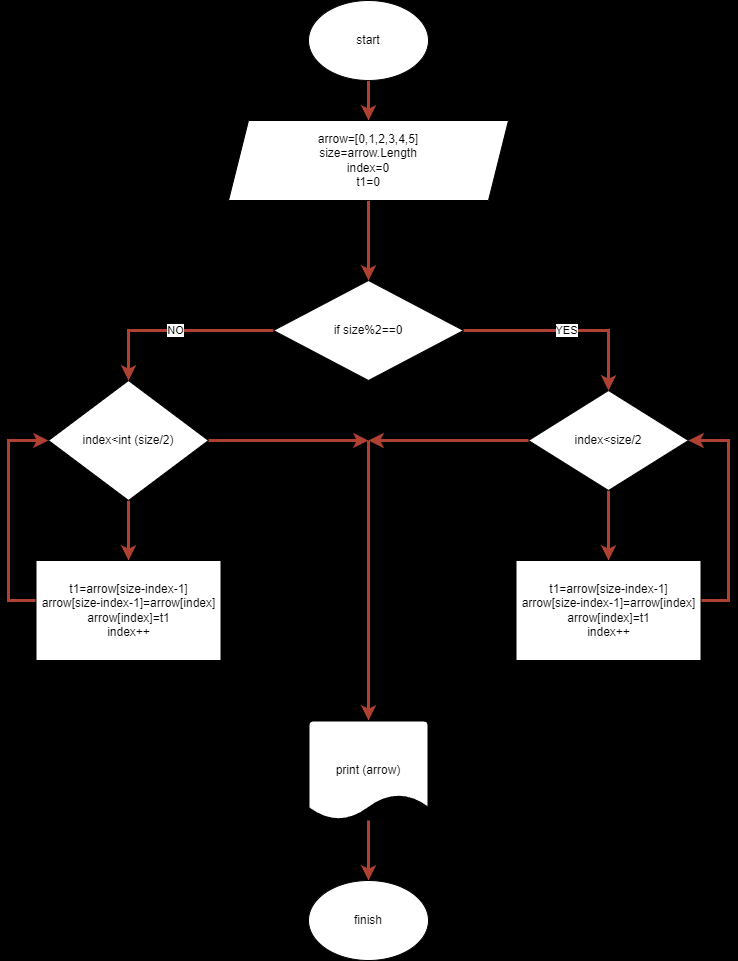
DudinIO86/Example2_massive_naoborot_CS_alternative keeps this draw.io diagram as block_shema_Example2.png. Above is the earlier version. Source tidied: cells renumbered, new cells last; positions are measured from the earlier drawing's top-left corner, leaving out a move shared by most shapes. Source of this version:
```xml
<mxGraphModel background="#000000">
  <root>
    <mxCell id="0" />
    <mxCell id="1" parent="0" />
    <mxCell id="2" style="edgeStyle=orthogonalEdgeStyle;rounded=0;jettySize=auto;html=1;fillColor=#fad9d5;strokeColor=#ae4132;strokeWidth=3;" parent="1" edge="1" source="3" target="5">
      <mxGeometry relative="1" as="geometry" />
    </mxCell>
    <mxCell id="3" value="start" style="ellipse;whiteSpace=wrap;html=1;" parent="1" vertex="1">
      <mxGeometry x="300" width="120" height="80" as="geometry" />
    </mxCell>
    <mxCell id="4" style="edgeStyle=orthogonalEdgeStyle;rounded=0;jettySize=auto;html=1;fillColor=#fad9d5;strokeColor=#ae4132;strokeWidth=3;" parent="1" edge="1" source="5" target="8">
      <mxGeometry relative="1" as="geometry" />
    </mxCell>
    <mxCell id="5" value="arrow=[0,1,2,3,4,5]&lt;br&gt;size=arrow.Length&lt;br&gt;index=0&lt;br&gt;t1=0" style="shape=parallelogram;perimeter=parallelogramPerimeter;whiteSpace=wrap;html=1;fixedSize=1;" parent="1" vertex="1">
      <mxGeometry x="220" y="120" width="280" height="80" as="geometry" />
    </mxCell>
    <mxCell id="6" value="YES" style="edgeStyle=orthogonalEdgeStyle;rounded=0;jettySize=auto;html=1;fillColor=#fad9d5;strokeColor=#ae4132;strokeWidth=3;" parent="1" edge="1" source="8" target="10">
      <mxGeometry relative="1" as="geometry" />
    </mxCell>
    <mxCell id="7" value="NO" style="edgeStyle=orthogonalEdgeStyle;rounded=0;jettySize=auto;html=1;entryX=0.5;entryY=0;entryDx=0;entryDy=0;fillColor=#fad9d5;strokeColor=#ae4132;strokeWidth=3;" parent="1" edge="1" source="8" target="15">
      <mxGeometry relative="1" as="geometry" />
    </mxCell>
    <mxCell id="8" value="if size%2==0" style="rhombus;whiteSpace=wrap;html=1;" parent="1" vertex="1">
      <mxGeometry x="265" y="280" width="190" height="100" as="geometry" />
    </mxCell>
    <mxCell id="9" style="edgeStyle=orthogonalEdgeStyle;rounded=0;jettySize=auto;html=1;fillColor=#fad9d5;strokeColor=#ae4132;strokeWidth=3;" parent="1" edge="1" source="10" target="12">
      <mxGeometry relative="1" as="geometry" />
    </mxCell>
    <mxCell id="10" value="index&amp;lt;size/2" style="rhombus;whiteSpace=wrap;html=1;" parent="1" vertex="1">
      <mxGeometry x="520" y="390" width="160" height="100" as="geometry" />
    </mxCell>
    <mxCell id="11" style="edgeStyle=orthogonalEdgeStyle;rounded=0;jettySize=auto;html=1;entryX=1;entryY=0.5;entryDx=0;entryDy=0;fillColor=#fad9d5;strokeColor=#ae4132;strokeWidth=3;" parent="1" edge="1" source="12" target="10">
      <mxGeometry relative="1" as="geometry">
        <Array as="points">
          <mxPoint x="720" y="600" />
          <mxPoint x="720" y="440" />
        </Array>
      </mxGeometry>
    </mxCell>
    <mxCell id="12" value="t1=arrow[size-index-1]&lt;br&gt;arrow[size-index-1]=arrow[index]&lt;br&gt;arrow[index]=t1&lt;br&gt;index++" style="whiteSpace=wrap;html=1;" parent="1" vertex="1">
      <mxGeometry x="507.5" y="560" width="185" height="100" as="geometry" />
    </mxCell>
    <mxCell id="13" style="edgeStyle=orthogonalEdgeStyle;rounded=0;jettySize=auto;html=1;exitX=0.5;exitY=1;exitDx=0;exitDy=0;entryX=0.5;entryY=0;entryDx=0;entryDy=0;fillColor=#fad9d5;strokeColor=#ae4132;strokeWidth=3;" parent="1" edge="1" source="15" target="17">
      <mxGeometry relative="1" as="geometry" />
    </mxCell>
    <mxCell id="14" style="edgeStyle=orthogonalEdgeStyle;rounded=0;jettySize=auto;html=1;exitX=1;exitY=0.5;exitDx=0;exitDy=0;fillColor=#fad9d5;strokeColor=#ae4132;strokeWidth=3;" parent="1" edge="1" source="15">
      <mxGeometry relative="1" as="geometry">
        <mxPoint x="360" y="440" as="targetPoint" />
        <Array as="points">
          <mxPoint x="360" y="440" />
          <mxPoint x="360" y="440" />
        </Array>
      </mxGeometry>
    </mxCell>
    <mxCell id="15" value="index&amp;lt;int (size/2)" style="rhombus;whiteSpace=wrap;html=1;" parent="1" vertex="1">
      <mxGeometry x="40" y="380" width="160" height="120" as="geometry" />
    </mxCell>
    <mxCell id="16" style="edgeStyle=orthogonalEdgeStyle;rounded=0;jettySize=auto;html=1;entryX=0;entryY=0.5;entryDx=0;entryDy=0;fillColor=#fad9d5;strokeColor=#ae4132;strokeWidth=3;" parent="1" edge="1" source="17" target="15">
      <mxGeometry relative="1" as="geometry">
        <Array as="points">
          <mxPoint y="600" />
          <mxPoint y="440" />
        </Array>
      </mxGeometry>
    </mxCell>
    <mxCell id="17" value="t1=arrow[size-index-1]&lt;br&gt;arrow[size-index-1]=arrow[index]&lt;br&gt;arrow[index]=t1&lt;br&gt;index++" style="whiteSpace=wrap;html=1;" parent="1" vertex="1">
      <mxGeometry x="27.5" y="560" width="185" height="100" as="geometry" />
    </mxCell>
    <mxCell id="18" style="edgeStyle=orthogonalEdgeStyle;rounded=0;jettySize=auto;html=1;entryX=0.5;entryY=0;entryDx=0;entryDy=0;fillColor=#fad9d5;strokeColor=#ae4132;strokeWidth=3;" parent="1" edge="1" source="19" target="21">
      <mxGeometry relative="1" as="geometry" />
    </mxCell>
    <mxCell id="19" value="print (arrow)" style="strokeWidth=2;html=1;shape=mxgraph.flowchart.document2;whiteSpace=wrap;size=0.25;" parent="1" vertex="1">
      <mxGeometry x="300" y="720" width="120" height="100" as="geometry" />
    </mxCell>
    <mxCell id="20" style="endArrow=classic;html=1;rounded=0;entryX=0.5;entryY=0;entryDx=0;entryDy=0;entryPerimeter=0;fillColor=#fad9d5;strokeColor=#ae4132;strokeWidth=3;" parent="1" edge="1" target="19">
      <mxGeometry relative="1" as="geometry">
        <mxPoint x="360" y="440" as="sourcePoint" />
      </mxGeometry>
    </mxCell>
    <mxCell id="21" value="finish" style="ellipse;whiteSpace=wrap;html=1;" parent="1" vertex="1">
      <mxGeometry x="300" y="880" width="120" height="80" as="geometry" />
    </mxCell>
    <mxCell id="22" style="endArrow=classic;html=1;rounded=0;exitX=0;exitY=0.5;exitDx=0;exitDy=0;fillColor=#fad9d5;strokeColor=#ae4132;strokeWidth=3;" parent="1" edge="1" source="10">
      <mxGeometry relative="1" as="geometry">
        <mxPoint x="360" y="440" as="targetPoint" />
      </mxGeometry>
    </mxCell>
  </root>
</mxGraphModel>
```
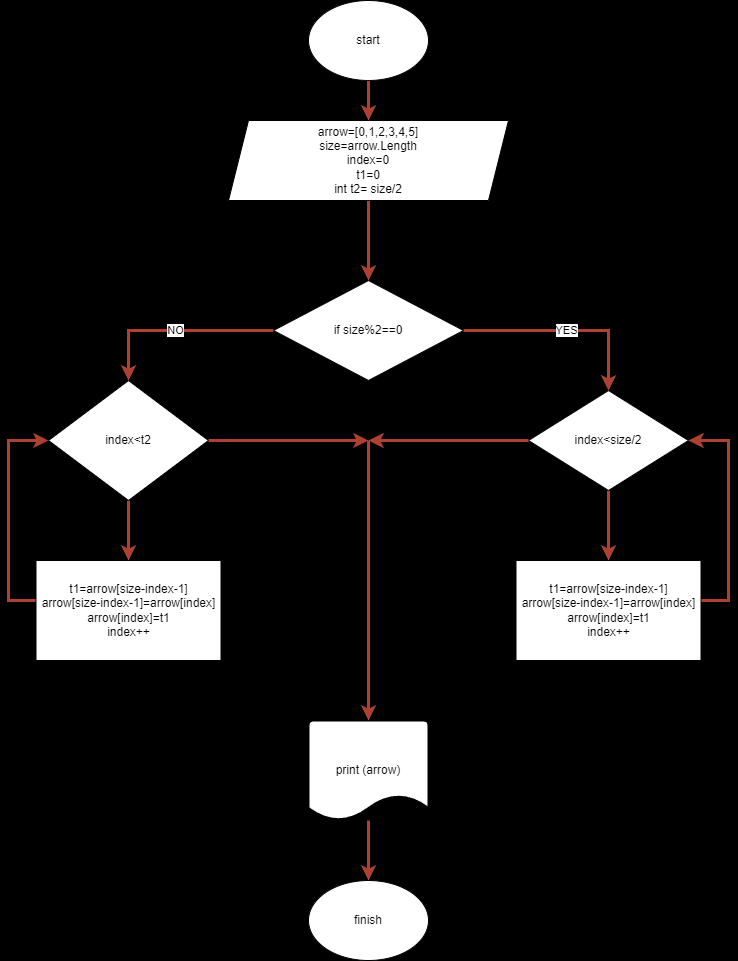
Later version of the same file.

Commit message:
Скорректирована блок-схема

The edit, as a diff of the source:
```diff
@@ -11,7 +11,7 @@
     <mxCell id="4" style="edgeStyle=orthogonalEdgeStyle;rounded=0;jettySize=auto;html=1;fillColor=#fad9d5;strokeColor=#ae4132;strokeWidth=3;" parent="1" edge="1" source="5" target="8">
       <mxGeometry relative="1" as="geometry" />
     </mxCell>
-    <mxCell id="5" value="arrow=[0,1,2,3,4,5]&lt;br&gt;size=arrow.Length&lt;br&gt;index=0&lt;br&gt;t1=0" style="shape=parallelogram;perimeter=parallelogramPerimeter;whiteSpace=wrap;html=1;fixedSize=1;" parent="1" vertex="1">
+    <mxCell id="5" value="arrow=[0,1,2,3,4,5]&lt;br&gt;size=arrow.Length&lt;br&gt;index=0&lt;br&gt;t1=0&lt;br&gt;int t2= size/2" style="shape=parallelogram;perimeter=parallelogramPerimeter;whiteSpace=wrap;html=1;fixedSize=1;" parent="1" vertex="1">
       <mxGeometry x="220" y="120" width="280" height="80" as="geometry" />
     </mxCell>
     <mxCell id="6" value="YES" style="edgeStyle=orthogonalEdgeStyle;rounded=0;jettySize=auto;html=1;fillColor=#fad9d5;strokeColor=#ae4132;strokeWidth=3;" parent="1" edge="1" source="8" target="10">
@@ -52,7 +52,7 @@
         </Array>
       </mxGeometry>
     </mxCell>
-    <mxCell id="15" value="index&amp;lt;int (size/2)" style="rhombus;whiteSpace=wrap;html=1;" parent="1" vertex="1">
+    <mxCell id="15" value="index&amp;lt;t2" style="rhombus;whiteSpace=wrap;html=1;" parent="1" vertex="1">
       <mxGeometry x="40" y="380" width="160" height="120" as="geometry" />
     </mxCell>
     <mxCell id="16" style="edgeStyle=orthogonalEdgeStyle;rounded=0;jettySize=auto;html=1;entryX=0;entryY=0.5;entryDx=0;entryDy=0;fillColor=#fad9d5;strokeColor=#ae4132;strokeWidth=3;" parent="1" edge="1" source="17" target="15">
```
